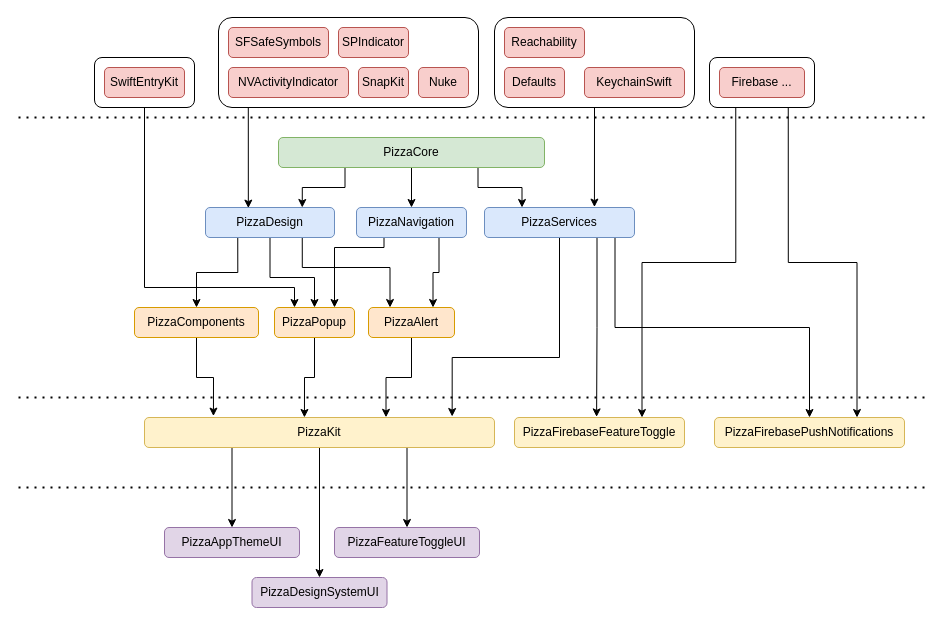
Above: Resources/diagram.drawio in PizzaKit/pizzakit (draw.io), before the change. Source tidied: cells renumbered, new cells numbered last; positions are measured from the earlier drawing's top-left corner, leaving out a move shared by most shapes. Both pictures are drawn from the tidied source at 100%, with x=0, y=0 at pixel (18, 17).
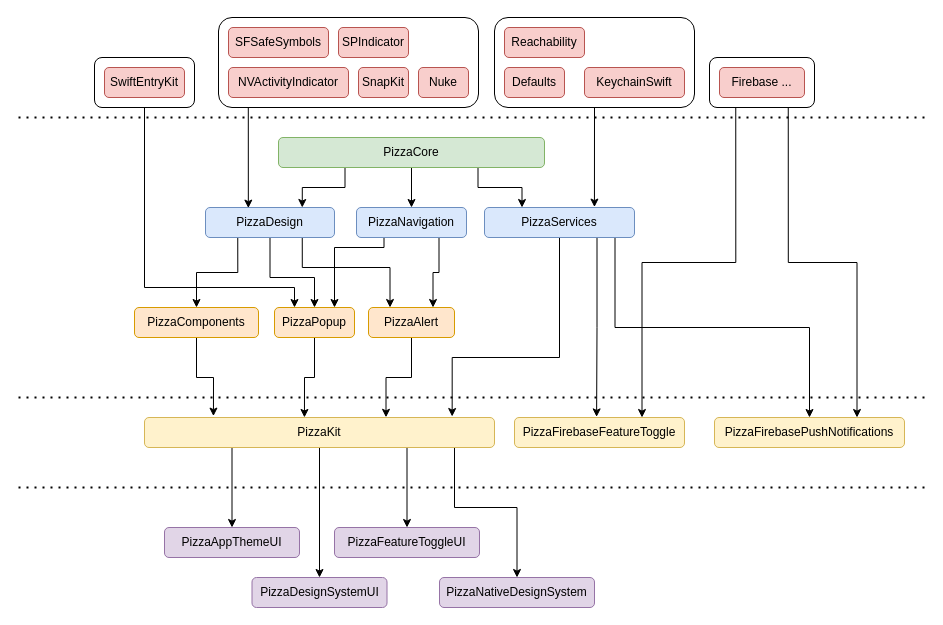
The same diagram, later.

The change refers to these unchanged cells:
```xml
<mxCell id="36" value="PizzaKit" style="rounded=1;whiteSpace=wrap;html=1;fillColor=#fff2cc;strokeColor=#d6b656;" parent="1" vertex="1">
  <mxGeometry x="126" y="400" width="350" height="30" as="geometry" />
</mxCell>
```

Diff of the diagram source:
```diff
@@
+    <mxCell id="54" style="edgeStyle=orthogonalEdgeStyle;rounded=0;jettySize=auto;html=1;exitX=0.75;exitY=1;exitDx=0;exitDy=0;entryX=0.5;entryY=0;entryDx=0;entryDy=0;" parent="1" edge="1" source="36" target="55">
+      <mxGeometry relative="1" as="geometry">
+        <Array as="points">
+          <mxPoint x="436" y="430" />
+          <mxPoint x="436" y="490" />
+          <mxPoint x="499" y="490" />
+        </Array>
+      </mxGeometry>
+    </mxCell>
@@
+    <mxCell id="55" value="PizzaNativeDesignSystem" style="rounded=1;whiteSpace=wrap;html=1;fillColor=#e1d5e7;strokeColor=#9673a6;" parent="1" vertex="1">
+      <mxGeometry x="421" y="560" width="155" height="30" as="geometry" />
+    </mxCell>
```
